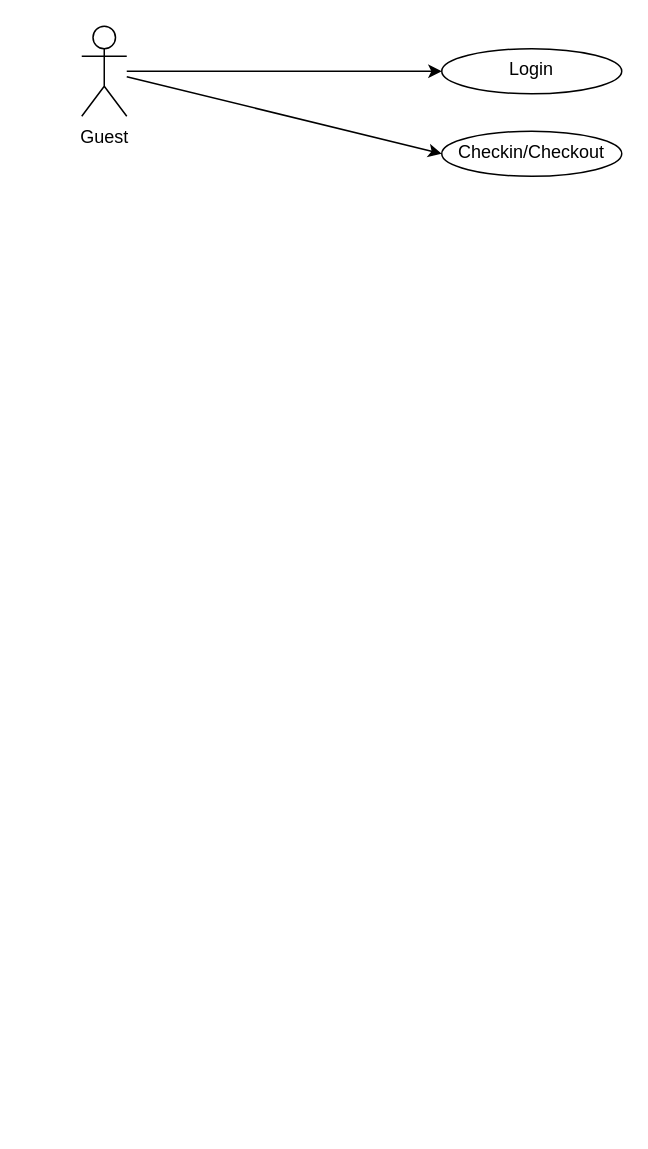
The draw.io diagram usercase.drawio in codengoo/attendance-be, before the edit. Source tidied: cells renumbered, new cells numbered last; positions are measured from the earlier drawing's top-left corner, leaving out a move shared by most shapes. Both pictures are drawn from the tidied source at 150%, with x=0, y=0 at pixel (81, 26).
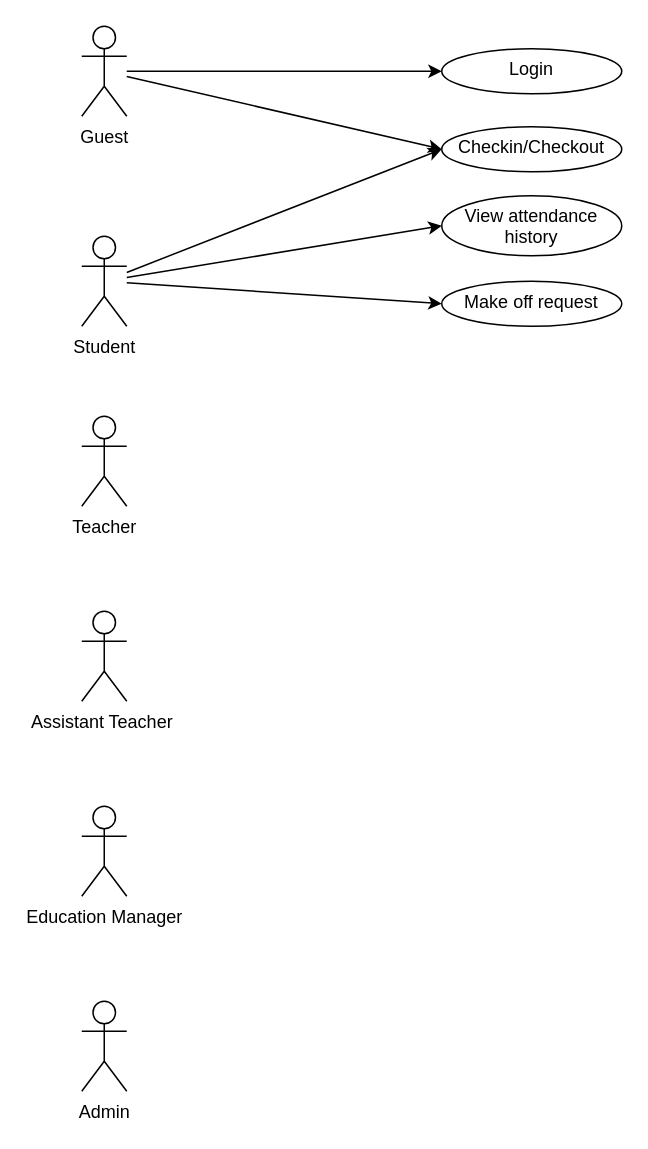
Above is the later version.

Commit message (it also covers changes not shown here):
Cập nhật usercase.drawio

What changed in the source:
```diff
@@
 <mxGraphModel>
   <root>
     <mxCell id="0" />
     <mxCell id="1" parent="0" />
     <mxCell id="2" style="edgeStyle=orthogonalEdgeStyle;rounded=0;jettySize=auto;html=1;" parent="1" edge="1" source="4" target="5">
       <mxGeometry relative="1" as="geometry" />
     </mxCell>
     <mxCell id="3" style="rounded=0;jettySize=auto;html=1;entryX=0;entryY=0.5;entryDx=0;entryDy=0;" parent="1" edge="1" source="4" target="6">
       <mxGeometry relative="1" as="geometry" />
     </mxCell>
     <mxCell id="4" value="Guest" style="shape=umlActor;verticalLabelPosition=bottom;verticalAlign=top;html=1;outlineConnect=0;" parent="1" vertex="1">
       <mxGeometry width="30" height="60" as="geometry" />
     </mxCell>
     <mxCell id="5" value="Login" style="ellipse;whiteSpace=wrap;html=1;verticalAlign=top;" parent="1" vertex="1">
       <mxGeometry x="240" y="15" width="120" height="30" as="geometry" />
     </mxCell>
     <mxCell id="6" value="Checkin/Checkout" style="ellipse;whiteSpace=wrap;html=1;verticalAlign=top;" parent="1" vertex="1">
-      <mxGeometry x="240" y="70" width="120" height="30" as="geometry" />
+      <mxGeometry x="240" y="67" width="120" height="30" as="geometry" />
     </mxCell>
+    <mxCell id="7" style="rounded=0;jettySize=auto;html=1;entryX=0;entryY=0.5;entryDx=0;entryDy=0;" parent="1" edge="1" source="10" target="6">
+      <mxGeometry relative="1" as="geometry" />
+    </mxCell>
+    <mxCell id="8" style="rounded=0;jettySize=auto;html=1;entryX=0;entryY=0.5;entryDx=0;entryDy=0;" parent="1" edge="1" source="10" target="15">
+      <mxGeometry relative="1" as="geometry" />
+    </mxCell>
+    <mxCell id="9" style="rounded=0;jettySize=auto;html=1;entryX=0;entryY=0.5;entryDx=0;entryDy=0;" parent="1" edge="1" source="10" target="16">
+      <mxGeometry relative="1" as="geometry" />
+    </mxCell>
+    <mxCell id="10" value="Student" style="shape=umlActor;verticalLabelPosition=bottom;verticalAlign=top;html=1;outlineConnect=0;" parent="1" vertex="1">
+      <mxGeometry y="140" width="30" height="60" as="geometry" />
+    </mxCell>
+    <mxCell id="11" value="Teacher" style="shape=umlActor;verticalLabelPosition=bottom;verticalAlign=top;html=1;" parent="1" vertex="1">
+      <mxGeometry y="260" width="30" height="60" as="geometry" />
+    </mxCell>
+    <mxCell id="12" value="Assistant Teacher&amp;nbsp;" style="shape=umlActor;verticalLabelPosition=bottom;verticalAlign=top;html=1;" parent="1" vertex="1">
+      <mxGeometry y="390" width="30" height="60" as="geometry" />
+    </mxCell>
+    <mxCell id="13" value="Education Manager" style="shape=umlActor;verticalLabelPosition=bottom;verticalAlign=top;html=1;" parent="1" vertex="1">
+      <mxGeometry y="520" width="30" height="60" as="geometry" />
+    </mxCell>
+    <mxCell id="14" value="Admin" style="shape=umlActor;verticalLabelPosition=bottom;verticalAlign=top;html=1;" parent="1" vertex="1">
+      <mxGeometry y="650" width="30" height="60" as="geometry" />
+    </mxCell>
+    <mxCell id="15" value="View attendance history" style="ellipse;whiteSpace=wrap;html=1;verticalAlign=top;" parent="1" vertex="1">
+      <mxGeometry x="240" y="113" width="120" height="40" as="geometry" />
+    </mxCell>
+    <mxCell id="16" value="Make off request" style="ellipse;whiteSpace=wrap;html=1;verticalAlign=top;" parent="1" vertex="1">
+      <mxGeometry x="240" y="170" width="120" height="30" as="geometry" />
+    </mxCell>
   </root>
 </mxGraphModel>
```
